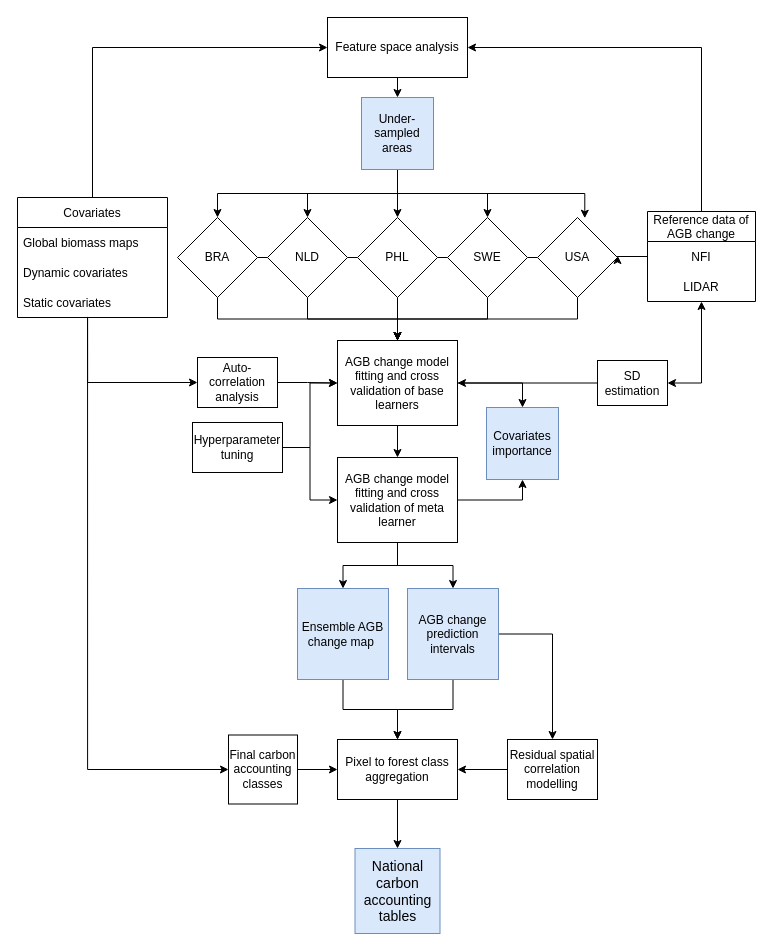
The draw.io diagram Paper3.drawio in arnanaraza/diagrams, before the edit. Source tidied: cells renumbered, new cells numbered last; positions are measured from the earlier drawing's top-left corner, leaving out a move shared by most shapes. Both pictures are drawn from the tidied source at 100%, with x=0, y=0 at pixel (17, 17).
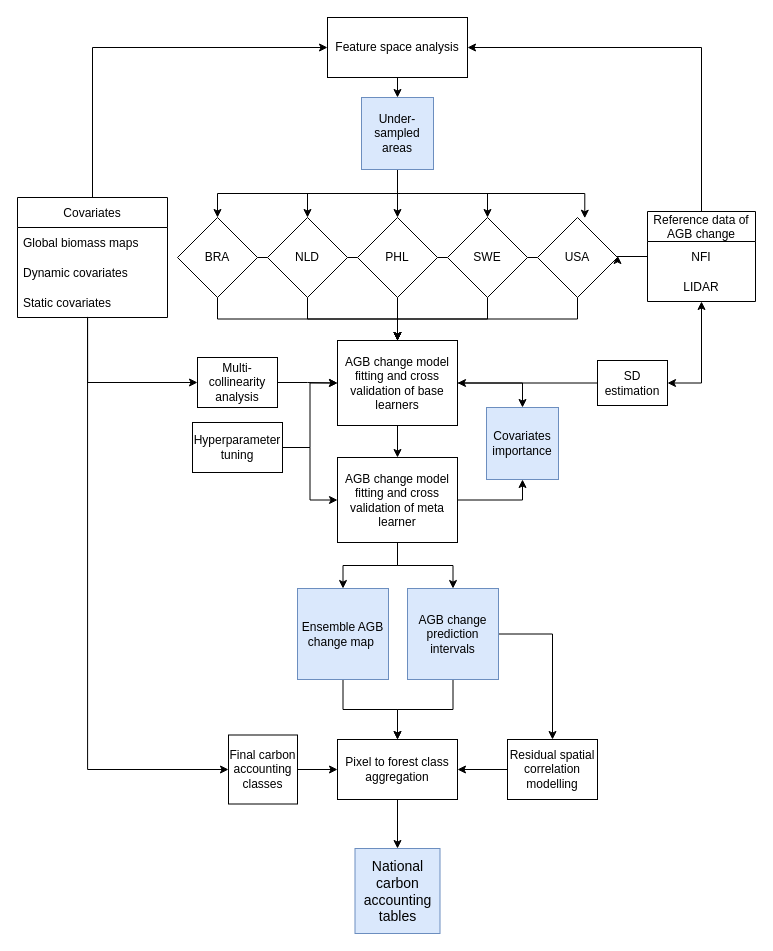
The same page after the edit.

Diff of the diagram source:
```diff
@@
-    <mxCell id="35" value="Auto-correlation analysis" style="rounded=0;whiteSpace=wrap;html=1;" parent="1" vertex="1">
+    <mxCell id="35" value="Multi-collinearity analysis" style="rounded=0;whiteSpace=wrap;html=1;" parent="1" vertex="1">
       <mxGeometry x="180" y="340" width="80" height="50" as="geometry" />
     </mxCell>
```
